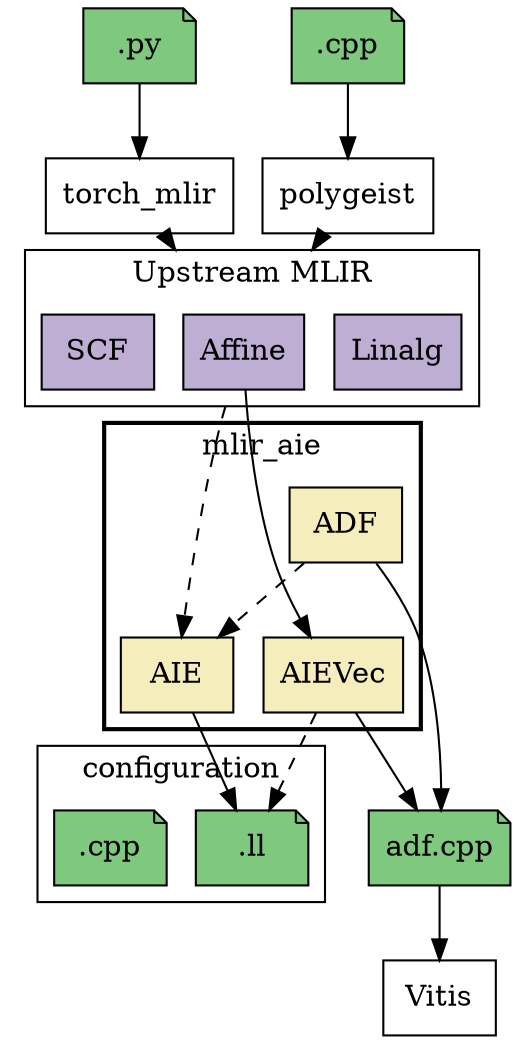
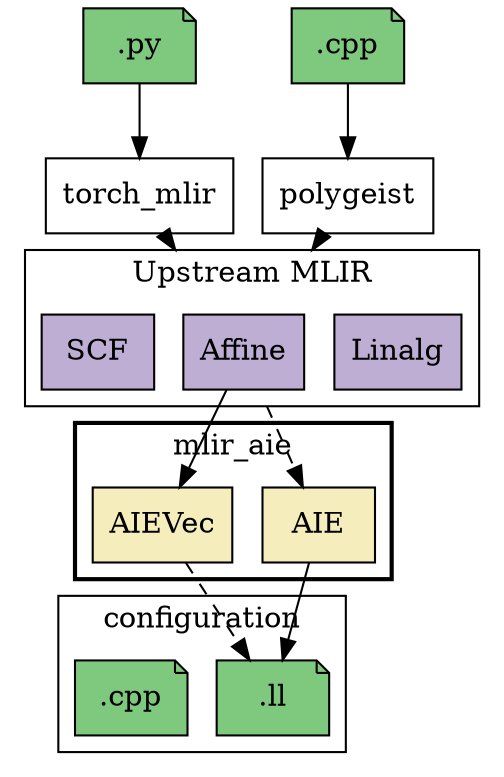
// Copyright (C) 2022 Advanced Micro Devices, Inc.
// SPDX-License-Identifier: Apache-2.0 WITH LLVM-exception

digraph G {
  // Note: the .svg and .png renders of this graph are regenerated from this
  // file by the Generate GitHub Pages workflow (.github/workflows/generateDocs.yml)
  // via `dot -Tpng` / `dot -Tsvg`. To preview locally, run those commands yourself.
  rankdir = TB
  splines=spline
  node [shape=box style=filled fillcolor="white"]
  nodesep=0.2 // horizontal compression
  ranksep=0.5 // vertical compression
  compound=true

  // MLIR dialects
  subgraph cluster_mlir {
    label = "Upstream MLIR";
    node [fillcolor="#beaed4"]
     Linalg Affine SCF
  }

  subgraph cluster_aie {
    style="solid,bold"
    node [fillcolor="#f5edbc"]
    label = "mlir_aie"

-     ADF [URL="ADFDialect.html"]
   { rank = same; AIE [URL="AIEDialect.html"]
    AIEVec [URL="AIEVecDialect.html"] }
  }

  subgraph input_formats {
    node [fillcolor="#7fc97f" shape="note"]
    CPPFile [label=".cpp"]
    Pytorch [label=".py"]
  }

  // File formats
  subgraph output_formats {
    node [fillcolor="#7fc97f" shape="note"]
-     ADFCPPFile [label="adf.cpp"]
    subgraph cluster_configuration {
      label = "configuration"
      LLFile [label=".ll"]
      Conf [label=".cpp"]
    }
  }

  Affine -> AIE [ltail=cluster_mlir, style=dashed]
-   ADF -> AIE [style=dashed]
-   ADF -> ADFCPPFile
  Affine -> AIEVec
-   AIEVec -> ADFCPPFile
  AIE -> LLFile [lhead=cluster_mlir]
  AIEVec -> LLFile [style=dashed]
-   ADFCPPFile -> Vitis
  Pytorch -> torch_mlir -> Affine [lhead=cluster_mlir]
  CPPFile -> polygeist -> Affine [lhead=cluster_mlir]
- 
-   // For layout
-   Affine -> ADF [style=invis]
}
